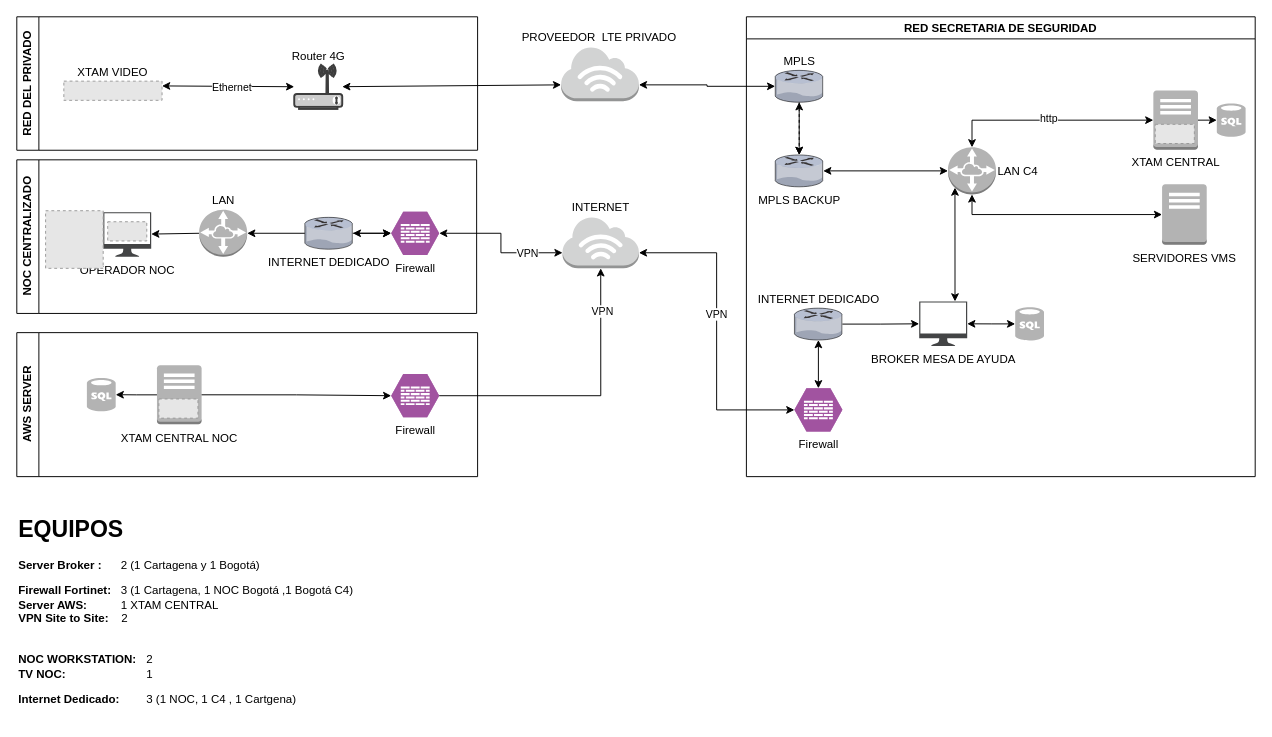
The draw.io diagram page "noc central" (3 of 3) of XTAM TOPOLOGIA.drawio in FelipeHurtado/BPMN_EXPERIMIENTO, before the edit. Source tidied: cells renumbered, new cells numbered last; positions are measured from the earlier drawing's top-left corner, leaving out a move shared by most shapes. Both pictures are drawn from the tidied source at 96%, with x=0, y=0 at pixel (16, 16). Pictures stored in the file or linked from it are replaced by grey dashed boxes.
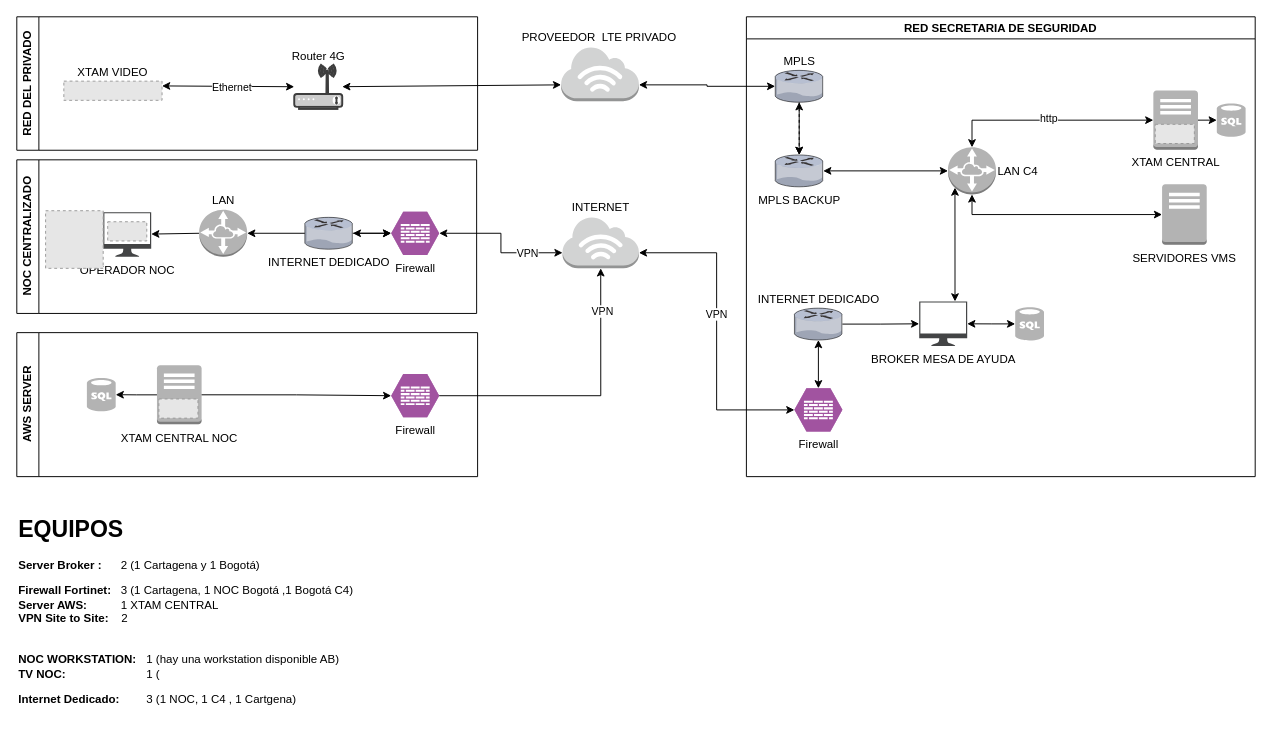
The same page after the edit.

Diff of the diagram source:
```diff
@@
-    <mxCell id="66" value="&lt;h1 style=&quot;margin-top: 0px;&quot;&gt;EQUIPOS&lt;/h1&gt;&lt;p&gt;&lt;b&gt;Server Broker : &lt;/b&gt;&lt;span style=&quot;white-space: pre;&quot;&gt;&#9;&lt;/span&gt;2 (1 Cartagena y 1 Bogotá)&lt;/p&gt;&lt;p&gt;&lt;b&gt;Firewall Fortinet: &lt;/b&gt;&lt;span style=&quot;white-space: pre;&quot;&gt;&#9;&lt;/span&gt;3 (1 Cartagena, 1 NOC Bogotá ,1 Bogotá C4)&lt;br&gt;&lt;b&gt;Server AWS:&lt;/b&gt; &lt;span style=&quot;white-space: pre;&quot;&gt;&#9;&lt;/span&gt;&lt;span style=&quot;white-space: pre;&quot;&gt;&#9;&lt;/span&gt;1 XTAM CENTRAL&amp;nbsp;&lt;br&gt;&lt;b&gt;VPN Site to Site:&amp;nbsp;&lt;/b&gt;&amp;nbsp; &amp;nbsp;2&lt;br&gt;&lt;br&gt;&lt;br&gt;&lt;b&gt;NOC WORKSTATION:&lt;/b&gt; &lt;span style=&quot;white-space: pre;&quot;&gt;&#9;&lt;/span&gt;2&amp;nbsp;&lt;br&gt;&lt;b&gt;TV NOC:&lt;span style=&quot;white-space: pre;&quot;&gt;&#9;&lt;/span&gt;&lt;/b&gt;&lt;span style=&quot;white-space: pre;&quot;&gt;&#9;&lt;/span&gt;&amp;nbsp; &amp;nbsp; &amp;nbsp;&lt;span style=&quot;white-space: pre;&quot;&gt;&#9;&lt;/span&gt;&lt;span style=&quot;white-space: pre;&quot;&gt;&#9;&lt;/span&gt;1&lt;/p&gt;&lt;p&gt;&lt;b&gt;Internet Dedicado:&lt;/b&gt;&amp;nbsp;&lt;span style=&quot;white-space: pre;&quot;&gt;&#9;&lt;/span&gt;3 (1 NOC, 1 C4 , 1 Cartgena)&lt;/p&gt;&lt;p&gt;&lt;br&gt;&lt;/p&gt;&lt;p&gt;&lt;br&gt;&lt;/p&gt;" style="text;html=1;whiteSpace=wrap;overflow=hidden;rounded=0;" parent="1" vertex="1">
+    <mxCell id="66" value="&lt;h1 style=&quot;margin-top: 0px;&quot;&gt;EQUIPOS&lt;/h1&gt;&lt;p&gt;&lt;b&gt;Server Broker : &lt;/b&gt;&lt;span style=&quot;white-space: pre;&quot;&gt;&#9;&lt;/span&gt;2 (1 Cartagena y 1 Bogotá)&lt;/p&gt;&lt;p&gt;&lt;b&gt;Firewall Fortinet: &lt;/b&gt;&lt;span style=&quot;white-space: pre;&quot;&gt;&#9;&lt;/span&gt;3 (1 Cartagena, 1 NOC Bogotá ,1 Bogotá C4)&lt;br&gt;&lt;b&gt;Server AWS:&lt;/b&gt; &lt;span style=&quot;white-space: pre;&quot;&gt;&#9;&lt;/span&gt;&lt;span style=&quot;white-space: pre;&quot;&gt;&#9;&lt;/span&gt;1 XTAM CENTRAL&amp;nbsp;&lt;br&gt;&lt;b&gt;VPN Site to Site:&amp;nbsp;&lt;/b&gt;&amp;nbsp; &amp;nbsp;2&lt;br&gt;&lt;br&gt;&lt;br&gt;&lt;b&gt;NOC WORKSTATION:&lt;/b&gt; &lt;span style=&quot;white-space: pre;&quot;&gt;&#9;&lt;/span&gt;1 (hay una workstation disponible AB)&lt;br&gt;&lt;b&gt;TV NOC:&lt;span style=&quot;white-space: pre;&quot;&gt;&#9;&lt;/span&gt;&lt;/b&gt;&lt;span style=&quot;white-space: pre;&quot;&gt;&#9;&lt;/span&gt;&amp;nbsp; &amp;nbsp; &amp;nbsp;&lt;span style=&quot;white-space: pre;&quot;&gt;&#9;&lt;/span&gt;&lt;span style=&quot;white-space: pre;&quot;&gt;&#9;&lt;/span&gt;1 (&lt;/p&gt;&lt;p&gt;&lt;b&gt;Internet Dedicado:&lt;/b&gt;&amp;nbsp;&lt;span style=&quot;white-space: pre;&quot;&gt;&#9;&lt;/span&gt;3 (1 NOC, 1 C4 , 1 Cartgena)&lt;/p&gt;&lt;p&gt;&lt;br&gt;&lt;/p&gt;&lt;p&gt;&lt;br&gt;&lt;/p&gt;" style="text;html=1;whiteSpace=wrap;overflow=hidden;rounded=0;" parent="1" vertex="1">
       <mxGeometry y="513" width="567" height="217" as="geometry" />
     </mxCell>
```
